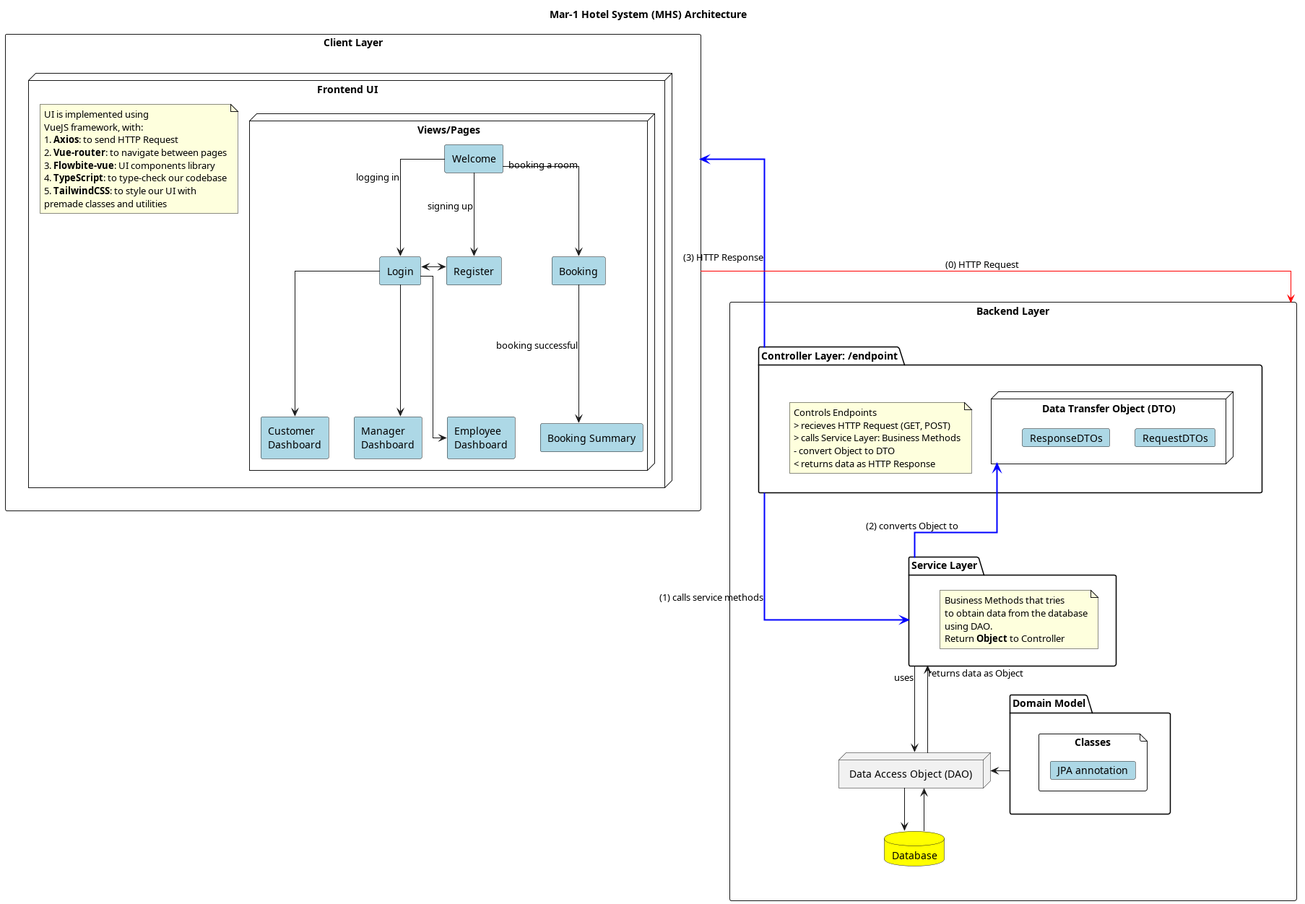
Above: documentation/UMLDiagrams/BackendArchitecture.png in notkaramel/ECSE321-Mar1HotelSystem (PlantUML), before the change.
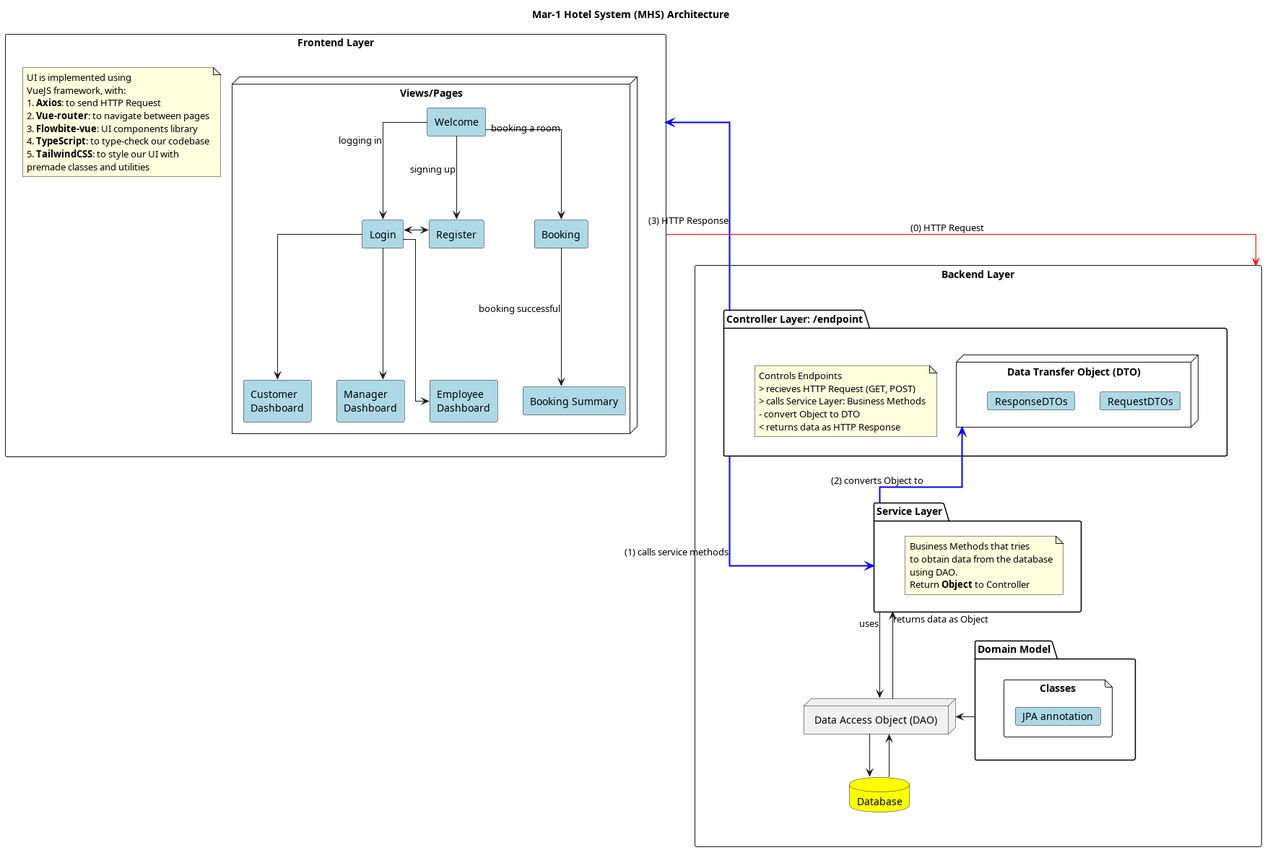
After the commit.

Commit message:
Simplify Architecture of frontend

Change to the diagram source:
```diff
@@ -1,43 +1,41 @@
 @startuml
 title "Mar-1 Hotel System (MHS) Architecture"
 
-rectangle Frontend as "Client Layer" {
-    node UI as "Frontend UI" {
-        note as UN
-        UI is implemented using
-        VueJS framework, with:
-        # <b>Axios</b>: to send HTTP Request
-        # <b>Vue-router</b>: to navigate between pages
-        # <b>Flowbite-vue</b>: UI components library
-        # <b>TypeScript</b>: to type-check our codebase
-        # <b>TailwindCSS</b>: to style our UI with
-        premade classes and utilities
-        end note
+rectangle Frontend as "Frontend Layer" {
+    note as UN
+    UI is implemented using
+    VueJS framework, with:
+    # <b>Axios</b>: to send HTTP Request
+    # <b>Vue-router</b>: to navigate between pages
+    # <b>Flowbite-vue</b>: UI components library
+    # <b>TypeScript</b>: to type-check our codebase
+    # <b>TailwindCSS</b>: to style our UI with
+    premade classes and utilities
+    end note
 
-        node Pages as "Views/Pages" {
-            rectangle "Welcome" as wc #LightBlue
-            rectangle "Login" as l #LightBlue
-            rectangle "Register" as r #LightBlue
-            rectangle "Booking" as b #LightBlue
-            rectangle "Booking Summary" as bs #LightBlue
-            rectangle "Customer\nDashboard" as c #LightBlue
-            rectangle "Manager\nDashboard" as m #LightBlue
-            rectangle "Employee\nDashboard" as e #LightBlue
+    node Pages as "Views/Pages" {
+        rectangle "Welcome" as wc #LightBlue
+        rectangle "Login" as l #LightBlue
+        rectangle "Register" as r #LightBlue
+        rectangle "Booking" as b #LightBlue
+        rectangle "Booking Summary" as bs #LightBlue
+        rectangle "Customer\nDashboard" as c #LightBlue
+        rectangle "Manager\nDashboard" as m #LightBlue
+        rectangle "Employee\nDashboard" as e #LightBlue
 
-            wc --> b : booking a room
-            wc --> l : logging in
-            wc --> r: signing up
+        wc --> b : booking a room
+        wc --> l : logging in
+        wc --> r: signing up
 
-            b -down-> bs : booking successful
-            r <-left-> l
+        b -down-> bs : booking successful
+        r <-left-> l
 
-            l -down-> c
-            l --> m
-            l --> e
-
-        }
+        l -down-> c
+        l --> m
+        l --> e
     }
 }
+
 
 rectangle Backend as "Backend Layer" {
     together {
```
